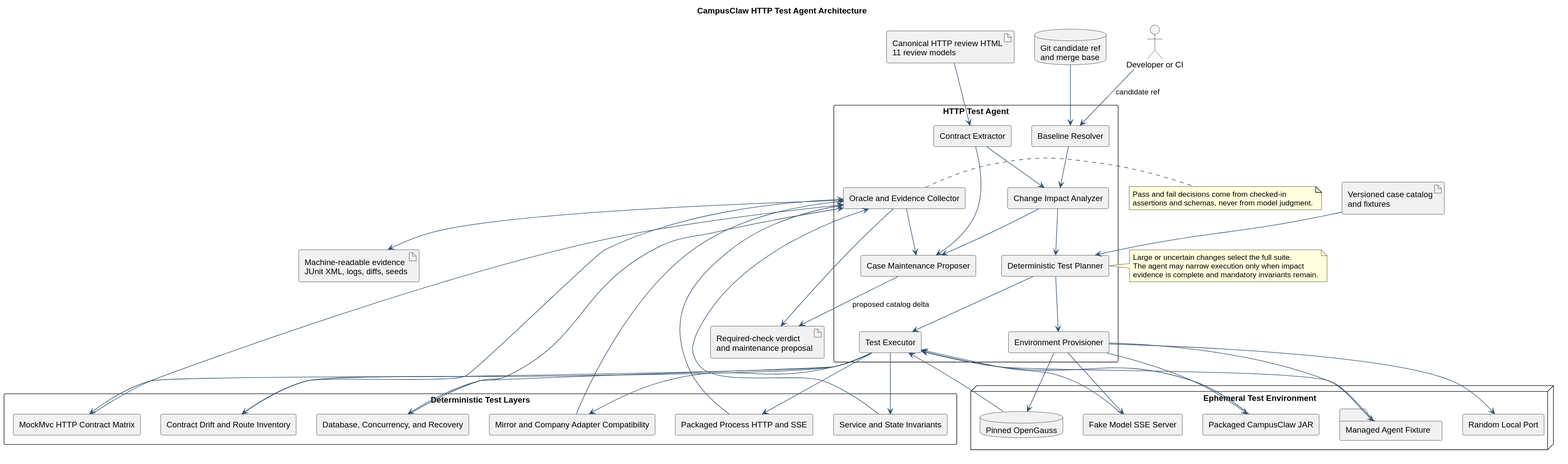
This is pi-mono-java-http-test-agent/http_test_agent_architecture.svg from ssm0808/pi-mono-java-design, a PlantUML export, as it was before one commit. The source it was exported from:
```plantuml
@startuml
title CampusClaw HTTP Test Agent Architecture


skinparam backgroundColor #FFFFFF
skinparam shadowing false
skinparam componentStyle rectangle
skinparam packageStyle rectangle
skinparam ArrowColor #35516F
skinparam DefaultFontName Arial

actor "Developer or CI" as trigger
database "Git candidate ref\nand merge base" as git
artifact "Canonical HTTP review HTML\n11 review models" as contract
artifact "Versioned case catalog\nand fixtures" as catalog

package "HTTP Test Agent" {
  component "Baseline Resolver" as resolver
  component "Contract Extractor" as extractor
  component "Change Impact Analyzer" as impact
  component "Deterministic Test Planner" as planner
  component "Environment Provisioner" as provisioner
  component "Test Executor" as executor
  component "Oracle and Evidence Collector" as oracle
  component "Case Maintenance Proposer" as maintainer
}

node "Ephemeral Test Environment" {
  component "Packaged CampusClaw JAR" as jar
  database "Pinned OpenGauss" as db
  component "Fake Model SSE Server" as modelstub
  folder "Managed Agent Fixture" as agentfixture
  component "Random Local Port" as port
}

package "Deterministic Test Layers" {
  component "Contract Drift and Route Inventory" as drift
  component "MockMvc HTTP Contract Matrix" as mvc
  component "Service and State Invariants" as service
  component "Database, Concurrency, and Recovery" as databaseTests
  component "Packaged Process HTTP and SSE" as processTests
  component "Mirror and Company Adapter Compatibility" as compatibility
}

artifact "Machine-readable evidence\nJUnit XML, logs, diffs, seeds" as evidence
artifact "Required-check verdict\nand maintenance proposal" as verdict

trigger --> resolver : candidate ref
git --> resolver
contract --> extractor
catalog --> planner
resolver --> impact
extractor --> impact
impact --> planner
planner --> provisioner
provisioner --> jar
provisioner --> db
provisioner --> modelstub
provisioner --> agentfixture
provisioner --> port
planner --> executor
jar --> executor
db --> executor
modelstub --> executor
agentfixture --> executor
executor --> drift
executor --> mvc
executor --> service
executor --> databaseTests
executor --> processTests
executor --> compatibility
drift --> oracle
mvc --> oracle
service --> oracle
databaseTests --> oracle
processTests --> oracle
compatibility --> oracle
oracle --> evidence
oracle --> verdict
extractor --> maintainer
impact --> maintainer
oracle --> maintainer
maintainer --> verdict : proposed catalog delta

note right of planner
  Large or uncertain changes select the full suite.
  The agent may narrow execution only when impact
  evidence is complete and mandatory invariants remain.
end note

note right of oracle
  Pass and fail decisions come from checked-in
  assertions and schemas, never from model judgment.
end note
@enduml
```
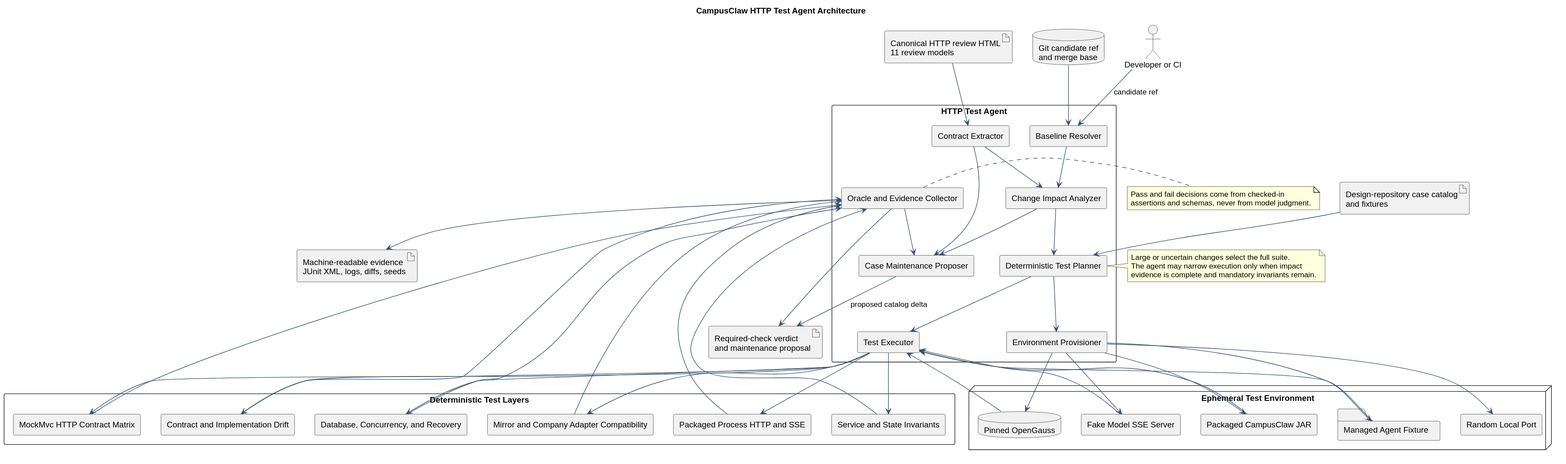
The same file after the commit.

Commit message:
docs(test): align CampusClaw TDD agent contract

What changed in the source:
```diff
@@ -12,7 +12,7 @@
 actor "Developer or CI" as trigger
 database "Git candidate ref\nand merge base" as git
 artifact "Canonical HTTP review HTML\n11 review models" as contract
-artifact "Versioned case catalog\nand fixtures" as catalog
+artifact "Design-repository case catalog\nand fixtures" as catalog
 
 package "HTTP Test Agent" {
   component "Baseline Resolver" as resolver
@@ -34,7 +34,7 @@
 }
 
 package "Deterministic Test Layers" {
-  component "Contract Drift and Route Inventory" as drift
+  component "Contract and Implementation Drift" as drift
   component "MockMvc HTTP Contract Matrix" as mvc
   component "Service and State Invariants" as service
   component "Database, Concurrency, and Recovery" as databaseTests
```
